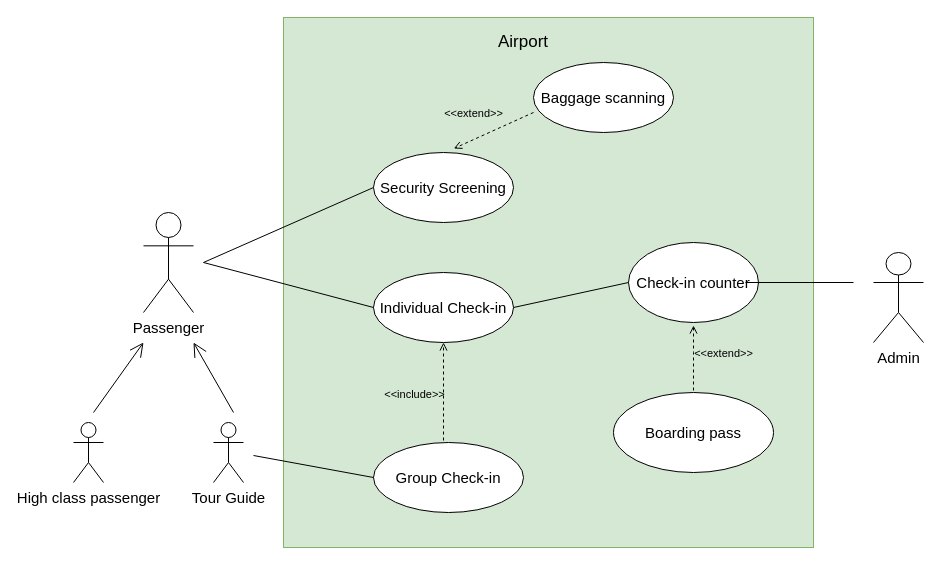
Above: airport check-in and security screening.drawio in Spart-v6/diagram (draw.io), before the change. Source tidied: cells renumbered, new cells numbered last; positions are measured from the earlier drawing's top-left corner, leaving out a move shared by most shapes. Both pictures are drawn from the tidied source at 100%, with x=0, y=0 at pixel (73, 17).
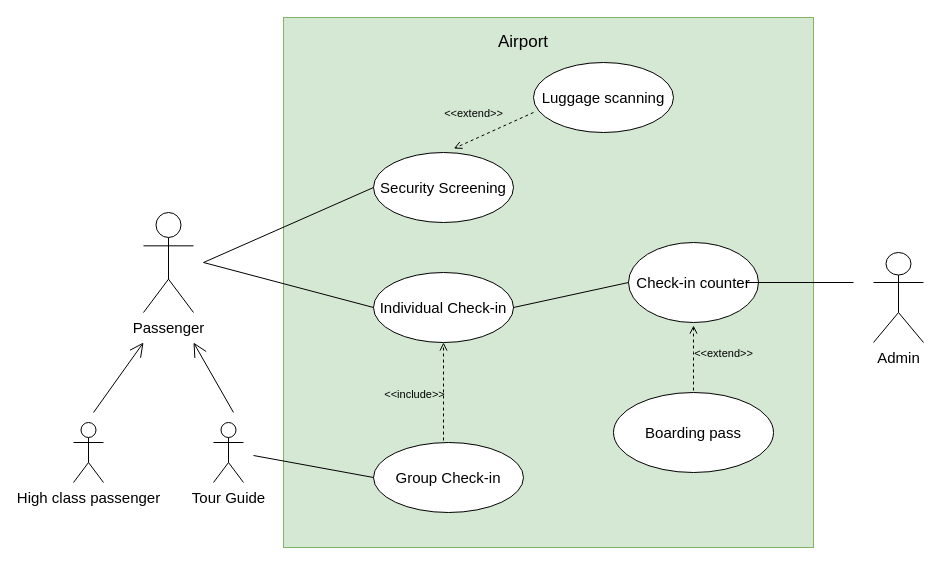
After the change.

Diff of the diagram source:
```diff
@@
-    <mxCell id="15" value="&lt;font style=&quot;font-size: 15px&quot;&gt;Baggage scanning&lt;/font&gt;" style="ellipse;whiteSpace=wrap;html=1;" parent="1" vertex="1">
+    <mxCell id="15" value="&lt;font style=&quot;font-size: 15px&quot;&gt;Luggage scanning&lt;/font&gt;" style="ellipse;whiteSpace=wrap;html=1;" parent="1" vertex="1">
       <mxGeometry x="460" y="45" width="140" height="70" as="geometry" />
     </mxCell>
```
